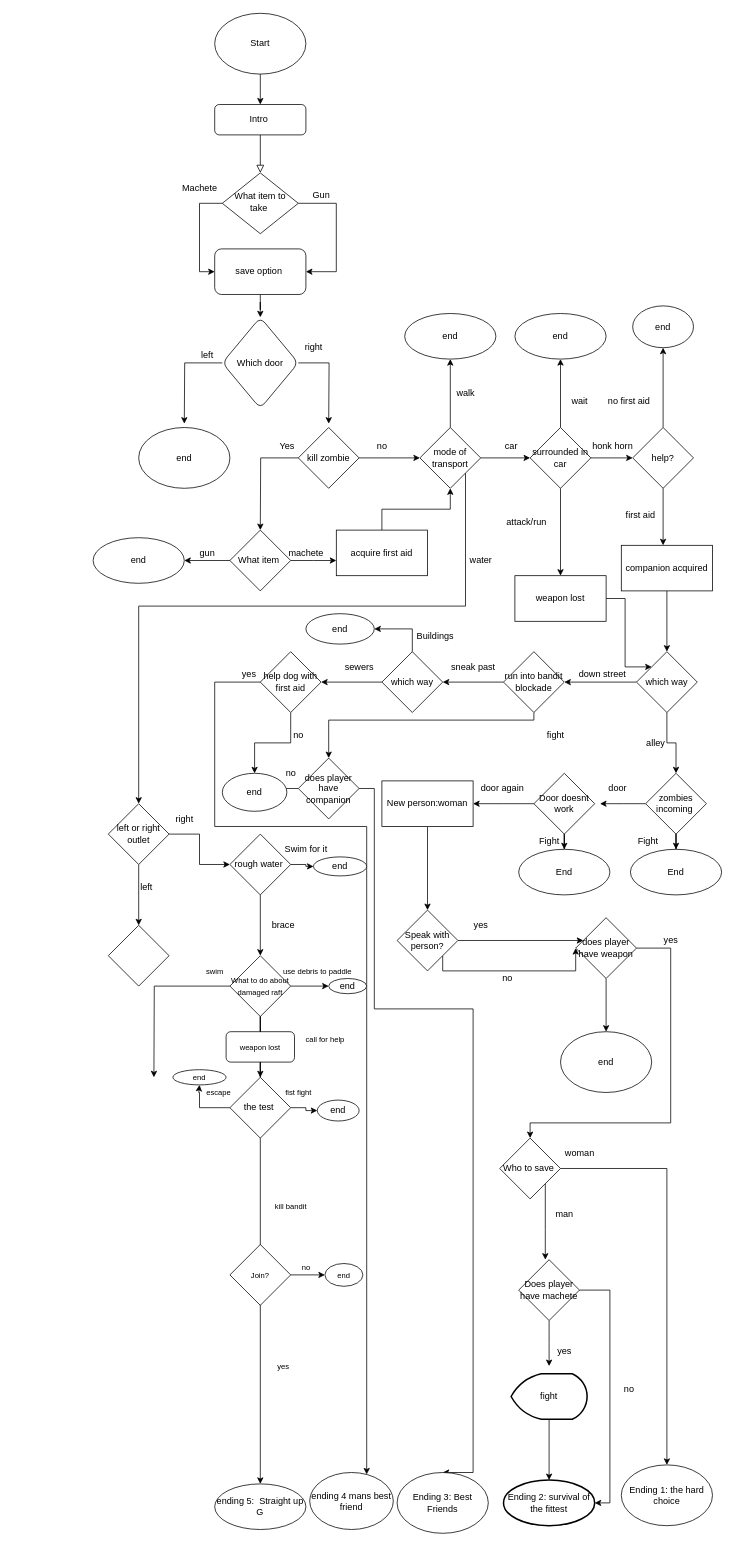
This is Untitled Diagram.drawio from Sam-Tomlinson/Zomboid, a draw.io file, before an edit. Source tidied: cells renumbered, new cells numbered last; positions are measured from the earlier drawing's top-left corner, leaving out a move shared by most shapes. Both pictures are drawn from the tidied source at 76%, with x=0, y=0 at pixel (93, 13).
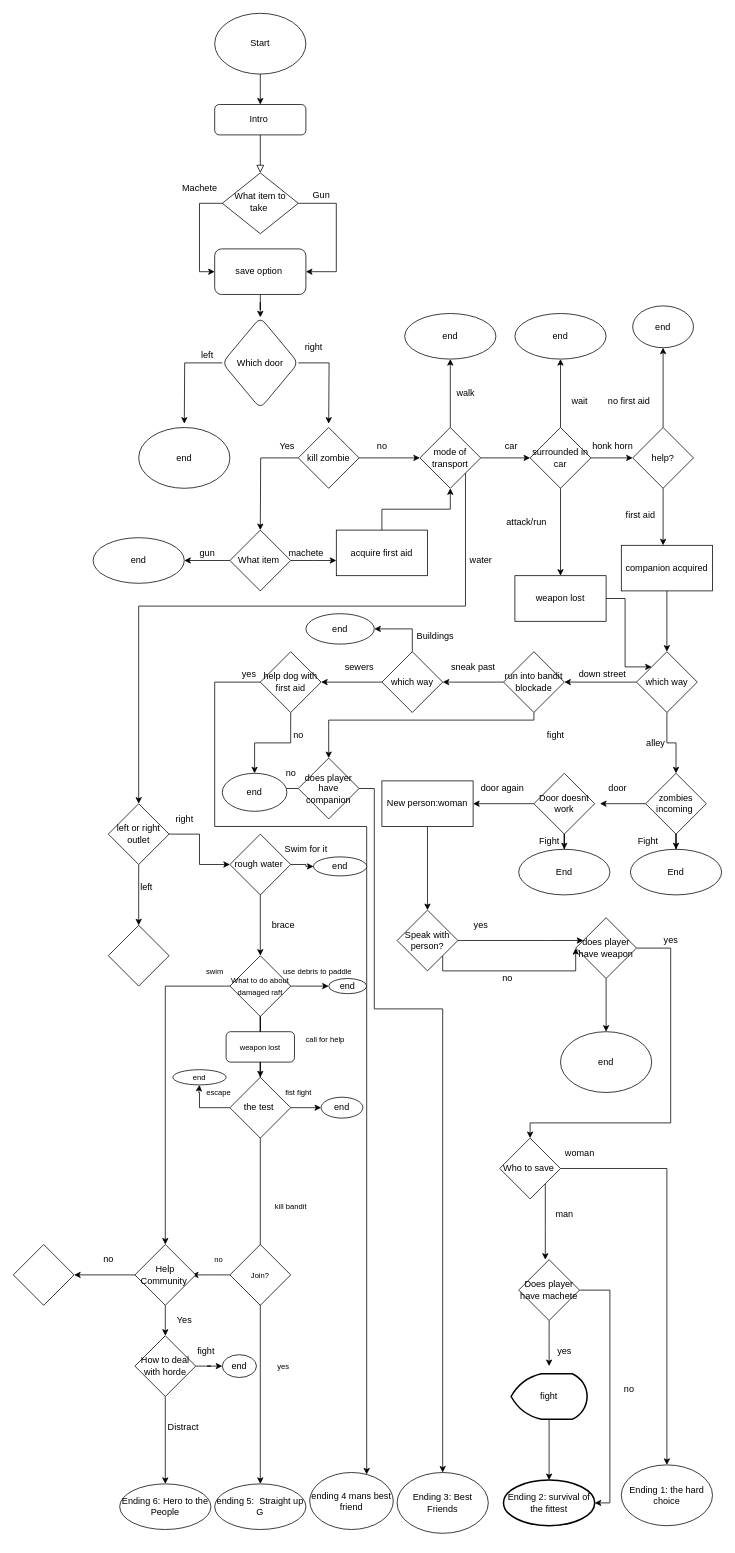
The same page after the edit.

Unchanged cells that the change refers to:
```xml
<mxCell id="106" value="does player have companion" style="rhombus;whiteSpace=wrap;html=1;" parent="1" vertex="1">
  <mxGeometry x="270" y="980" width="80" height="80" as="geometry" />
</mxCell>
<mxCell id="118" value="Ending 3: Best Friends" style="ellipse;whiteSpace=wrap;html=1;" parent="1" vertex="1">
  <mxGeometry x="400" y="1920" width="120" height="80" as="geometry" />
</mxCell>
<mxCell id="137" value="&lt;font style=&quot;font-size: 10px&quot;&gt;What to do about damaged raft&lt;/font&gt;" style="rhombus;whiteSpace=wrap;html=1;" parent="1" vertex="1">
  <mxGeometry x="180" y="1240" width="80" height="80" as="geometry" />
</mxCell>
<mxCell id="152" value="Join?" style="rhombus;whiteSpace=wrap;html=1;fontSize=10;" parent="1" vertex="1">
  <mxGeometry x="180" y="1620" width="80" height="80" as="geometry" />
</mxCell>
```

Diff of the diagram source:
```diff
@@
     <mxCell id="105" style="edgeStyle=orthogonalEdgeStyle;rounded=0;jettySize=auto;html=1;entryX=0.5;entryY=0;entryDx=0;entryDy=0;" parent="1" edge="1" source="106" target="118">
       <mxGeometry relative="1" as="geometry">
         <Array as="points">
           <mxPoint x="370" y="1020" />
           <mxPoint x="370" y="1310" />
-          <mxPoint x="500" y="1310" />
-          <mxPoint x="500" y="1920" />
+          <mxPoint x="460" y="1310" />
         </Array>
       </mxGeometry>
     </mxCell>
@@
-    <mxCell id="136" style="edgeStyle=orthogonalEdgeStyle;rounded=0;jettySize=auto;html=1;fontSize=10;" parent="1" edge="1" source="137">
-      <mxGeometry relative="1" as="geometry">
-        <mxPoint x="80" y="1400" as="targetPoint" />
-      </mxGeometry>
+    <mxCell id="136" style="edgeStyle=orthogonalEdgeStyle;rounded=0;jettySize=auto;html=1;fontSize=10;entryX=0.5;entryY=0;entryDx=0;entryDy=0;" parent="1" edge="1" source="137" target="164">
+      <mxGeometry relative="1" as="geometry" />
     </mxCell>
@@
     <mxCell id="148" value="end" style="ellipse;whiteSpace=wrap;html=1;" parent="1" vertex="1">
-      <mxGeometry x="295" y="1430" width="55" height="27.5" as="geometry" />
+      <mxGeometry x="300" y="1426.2" width="55" height="27.5" as="geometry" />
     </mxCell>
@@
-    <mxCell id="151" style="edgeStyle=orthogonalEdgeStyle;rounded=0;jettySize=auto;html=1;fontSize=10;" parent="1" edge="1" source="152" target="153">
-      <mxGeometry relative="1" as="geometry" />
+    <mxCell id="151" style="edgeStyle=orthogonalEdgeStyle;rounded=0;jettySize=auto;html=1;fontSize=10;" parent="1" edge="1" source="152">
+      <mxGeometry relative="1" as="geometry">
+        <mxPoint x="130" y="1660" as="targetPoint" />
+      </mxGeometry>
     </mxCell>
@@
-    <mxCell id="153" value="end" style="ellipse;whiteSpace=wrap;html=1;fontSize=10;" parent="1" vertex="1">
-      <mxGeometry x="305" y="1645" width="50" height="30" as="geometry" />
-    </mxCell>
     <mxCell id="154" value="no" style="text;html=1;align=center;verticalAlign=middle;strokeColor=none;fillColor=none;fontSize=10;" parent="1" vertex="1">
-      <mxGeometry x="265" y="1640" width="30" height="20" as="geometry" />
+      <mxGeometry x="150" y="1630" width="30" height="20" as="geometry" />
     </mxCell>
@@
+    <mxCell id="162" style="edgeStyle=orthogonalEdgeStyle;rounded=0;jettySize=auto;html=1;" parent="1" edge="1" source="164" target="167">
+      <mxGeometry relative="1" as="geometry" />
+    </mxCell>
+    <mxCell id="163" style="edgeStyle=orthogonalEdgeStyle;rounded=0;jettySize=auto;html=1;" parent="1" edge="1" source="164" target="172">
+      <mxGeometry relative="1" as="geometry" />
+    </mxCell>
+    <mxCell id="164" value="Help Community&amp;nbsp;" style="rhombus;whiteSpace=wrap;html=1;" parent="1" vertex="1">
+      <mxGeometry x="55" y="1620" width="80" height="80" as="geometry" />
+    </mxCell>
+    <mxCell id="165" style="edgeStyle=orthogonalEdgeStyle;rounded=0;jettySize=auto;html=1;entryX=0;entryY=0.5;entryDx=0;entryDy=0;" parent="1" edge="1" source="167" target="153">
+      <mxGeometry relative="1" as="geometry" />
+    </mxCell>
+    <mxCell id="166" style="edgeStyle=orthogonalEdgeStyle;rounded=0;jettySize=auto;html=1;" parent="1" edge="1" source="167" target="170">
+      <mxGeometry relative="1" as="geometry" />
+    </mxCell>
+    <mxCell id="167" value="How to deal with horde" style="rhombus;whiteSpace=wrap;html=1;" parent="1" vertex="1">
+      <mxGeometry x="55" y="1740" width="80" height="80" as="geometry" />
+    </mxCell>
+    <mxCell id="168" value="Yes" style="text;html=1;align=center;verticalAlign=middle;strokeColor=none;fillColor=none;" parent="1" vertex="1">
+      <mxGeometry x="100" y="1710" width="40" height="20" as="geometry" />
+    </mxCell>
+    <mxCell id="153" value="end" style="ellipse;whiteSpace=wrap;html=1;" parent="1" vertex="1">
+      <mxGeometry x="170" y="1765" width="45" height="30" as="geometry" />
+    </mxCell>
+    <mxCell id="169" value="fight&amp;nbsp;" style="text;html=1;align=center;verticalAlign=middle;strokeColor=none;fillColor=none;" parent="1" vertex="1">
+      <mxGeometry x="130" y="1750" width="40" height="20" as="geometry" />
+    </mxCell>
+    <mxCell id="170" value="Ending 6: Hero to the People" style="ellipse;whiteSpace=wrap;html=1;" parent="1" vertex="1">
+      <mxGeometry x="35" y="1935" width="120" height="60" as="geometry" />
+    </mxCell>
+    <mxCell id="171" value="Distract&amp;nbsp;" style="text;html=1;align=center;verticalAlign=middle;strokeColor=none;fillColor=none;" parent="1" vertex="1">
+      <mxGeometry x="90" y="1850" width="60" height="20" as="geometry" />
+    </mxCell>
+    <mxCell id="172" style="rhombus;whiteSpace=wrap;html=1;" parent="1" vertex="1">
+      <mxGeometry x="-105" y="1620" width="80" height="80" as="geometry" />
+    </mxCell>
+    <mxCell id="173" value="no" style="text;html=1;align=center;verticalAlign=middle;strokeColor=none;fillColor=none;" parent="1" vertex="1">
+      <mxGeometry x="5" y="1630" width="30" height="20" as="geometry" />
+    </mxCell>
```
